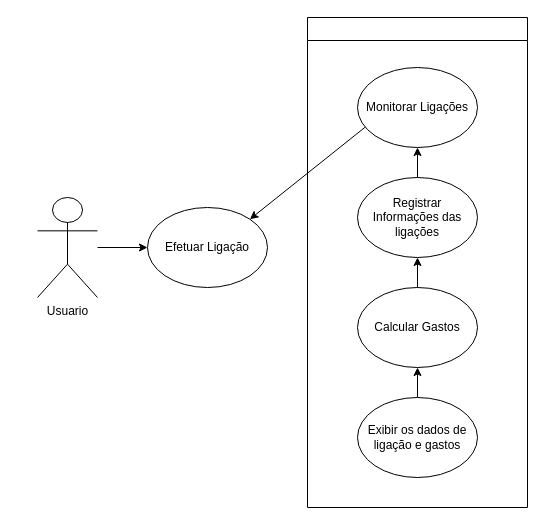
ArcanjoDaGuarda/AnjoProjetos keeps this draw.io diagram as TerceiraTarefa.drawio. Above is the earlier version. Source tidied: cells renumbered, new cells numbered last; positions are measured from the earlier drawing's top-left corner, leaving out a move shared by most shapes. Both pictures are drawn from the tidied source at 100%, with x=0, y=0 at pixel (37, 17).
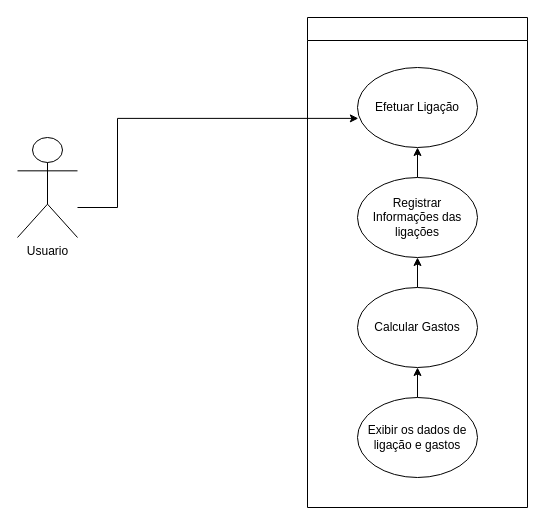
Above is the later version.

The edit, as a diff of the source:
```diff
@@
 <mxGraphModel>
   <root>
     <mxCell id="0" />
     <mxCell id="1" parent="0" />
-    <mxCell id="2" style="edgeStyle=orthogonalEdgeStyle;rounded=0;jettySize=auto;html=1;" parent="1" edge="1" source="3" target="12">
-      <mxGeometry relative="1" as="geometry" />
+    <mxCell id="2" style="edgeStyle=orthogonalEdgeStyle;rounded=0;jettySize=auto;html=1;entryX=0.007;entryY=0.636;entryDx=0;entryDy=0;entryPerimeter=0;" parent="1" edge="1" source="3" target="12">
+      <mxGeometry relative="1" as="geometry">
+        <Array as="points">
+          <mxPoint x="80" y="190" />
+          <mxPoint x="80" y="100" />
+          <mxPoint x="321" y="100" />
+        </Array>
+      </mxGeometry>
     </mxCell>
     <mxCell id="3" value="Usuario" style="shape=umlActor;verticalLabelPosition=bottom;verticalAlign=top;html=1;outlineConnect=0;" parent="1" vertex="1">
-      <mxGeometry y="180" width="60" height="100" as="geometry" />
+      <mxGeometry x="-20" y="120" width="60" height="100" as="geometry" />
     </mxCell>
     <mxCell id="4" style="swimlane;whiteSpace=wrap;html=1;" parent="1" vertex="1">
       <mxGeometry x="270" width="220" height="490" as="geometry" />
     </mxCell>
-    <mxCell id="5" value="Monitorar Ligações" style="ellipse;whiteSpace=wrap;html=1;" parent="4" vertex="1">
-      <mxGeometry x="50" y="50" width="120" height="80" as="geometry" />
-    </mxCell>
-    <mxCell id="6" style="edgeStyle=orthogonalEdgeStyle;rounded=0;jettySize=auto;html=1;" parent="4" edge="1" source="7" target="5">
+    <mxCell id="6" style="edgeStyle=orthogonalEdgeStyle;rounded=0;jettySize=auto;html=1;" parent="4" edge="1" source="7" target="12">
       <mxGeometry relative="1" as="geometry" />
     </mxCell>
     <mxCell id="7" value="Registrar Informações das ligações" style="ellipse;whiteSpace=wrap;html=1;" parent="4" vertex="1">
       <mxGeometry x="50" y="160" width="120" height="80" as="geometry" />
     </mxCell>
     <mxCell id="8" style="edgeStyle=orthogonalEdgeStyle;rounded=0;jettySize=auto;html=1;" parent="4" edge="1" source="9" target="7">
       <mxGeometry relative="1" as="geometry" />
     </mxCell>
     <mxCell id="9" value="Calcular Gastos" style="ellipse;whiteSpace=wrap;html=1;" parent="4" vertex="1">
       <mxGeometry x="50" y="270" width="120" height="80" as="geometry" />
     </mxCell>
     <mxCell id="10" style="edgeStyle=orthogonalEdgeStyle;rounded=0;jettySize=auto;html=1;" parent="4" edge="1" source="11" target="9">
       <mxGeometry relative="1" as="geometry" />
     </mxCell>
     <mxCell id="11" value="Exibir os dados de ligação e gastos" style="ellipse;whiteSpace=wrap;html=1;" parent="4" vertex="1">
       <mxGeometry x="50" y="380" width="120" height="80" as="geometry" />
     </mxCell>
-    <mxCell id="12" value="Efetuar Ligação" style="ellipse;whiteSpace=wrap;html=1;" parent="1" vertex="1">
-      <mxGeometry x="110" y="190" width="120" height="80" as="geometry" />
+    <mxCell id="12" value="Efetuar Ligação" style="ellipse;whiteSpace=wrap;html=1;" parent="4" vertex="1">
+      <mxGeometry x="50" y="50" width="120" height="80" as="geometry" />
     </mxCell>
-    <mxCell id="13" style="endArrow=classic;html=1;rounded=0;entryX=1;entryY=0;entryDx=0;entryDy=0;exitX=0.063;exitY=0.747;exitDx=0;exitDy=0;exitPerimeter=0;" parent="1" edge="1" source="5" target="12">
-      <mxGeometry relative="1" as="geometry" />
-    </mxCell>
   </root>
 </mxGraphModel>
```
